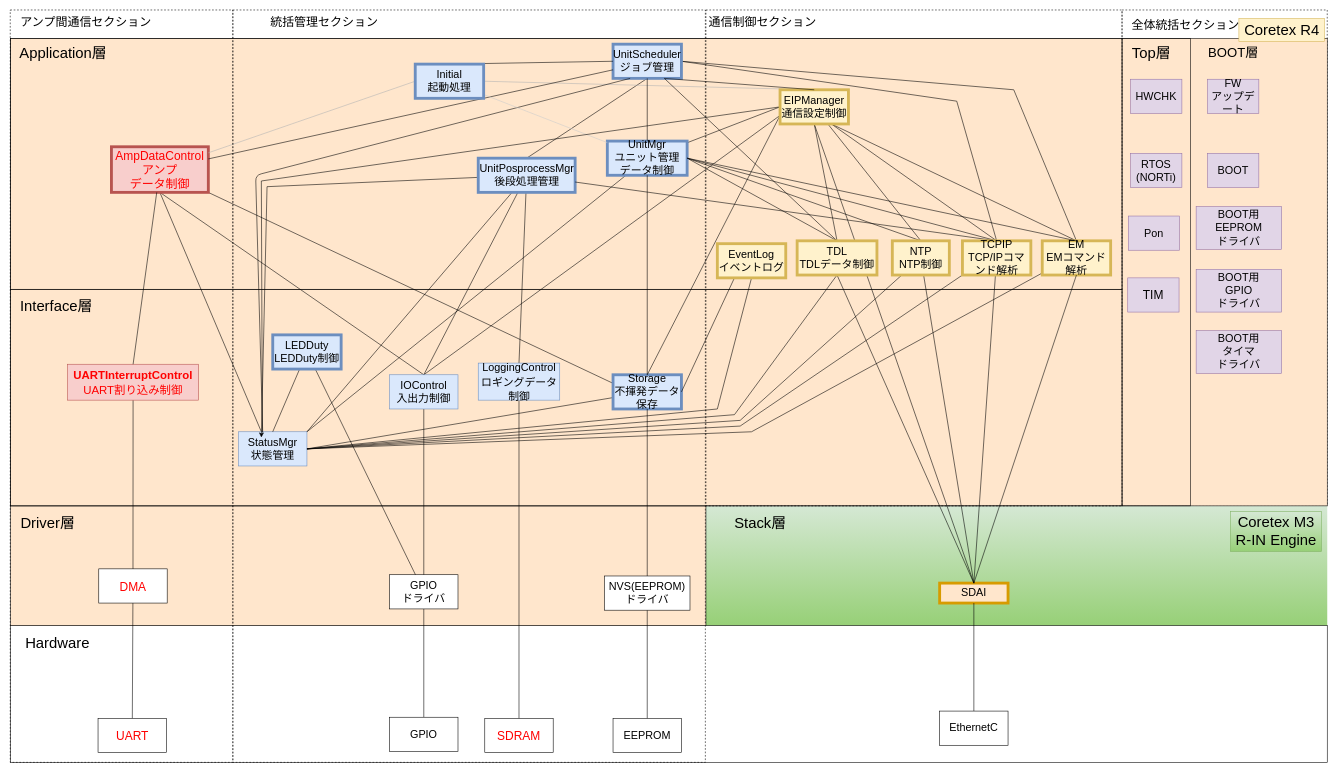
YutaSuzukiGARI/nwunit keeps this draw.io diagram as page "RevG_NewスマNWU静的構造_完全版" (1 of 4) of NWユニット_アーキテクチャ図.drawio. Above is the earlier version. Source tidied: cells renumbered, new cells numbered last; positions are measured from the earlier drawing's top-left corner, leaving out a move shared by most shapes. Both pictures are drawn from the tidied source at 57%, with x=0, y=0 at pixel (10, 10).
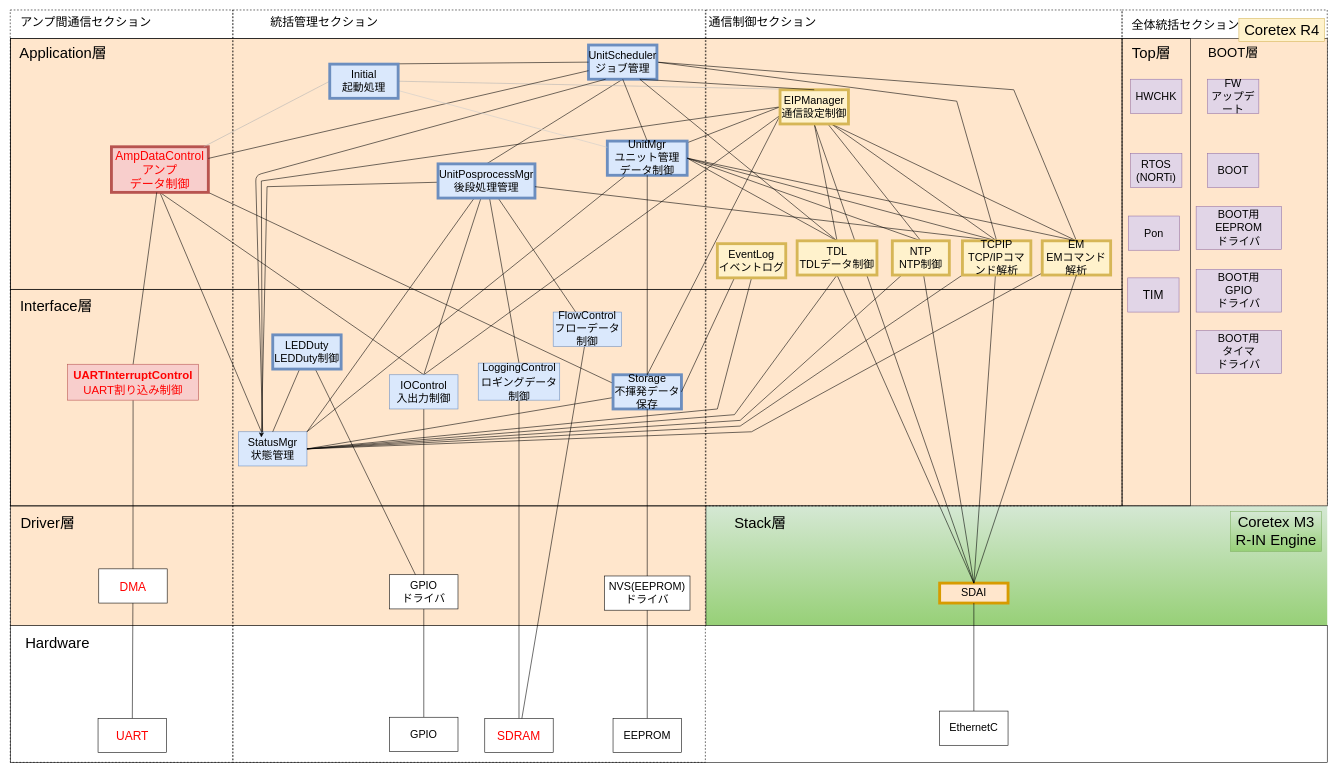
Above is the later version.

Commit message:
NWユニット_アーキテクチャ図.drawio を更新します

Unchanged cells that the change refers to:
```xml
<mxCell id="60" value="SDRAM" style="rounded=0;whiteSpace=wrap;html=1;fontColor=#FF0000;fontSize=21;" parent="1" vertex="1">
  <mxGeometry x="832" y="1243" width="120" height="60" as="geometry" />
</mxCell>
```

Diff of the diagram source:
```diff
@@
     <mxCell id="31" value="UnitScheduler&lt;br style=&quot;font-size: 19px;&quot;&gt;ジョブ管理" style="rounded=0;whiteSpace=wrap;html=1;fillColor=#dae8fc;strokeColor=#6c8ebf;fontSize=19;strokeWidth=5;" parent="1" vertex="1">
-      <mxGeometry x="1057" y="60" width="120" height="60" as="geometry" />
+      <mxGeometry x="1014" y="61.5" width="120" height="60" as="geometry" />
     </mxCell>
@@
     <mxCell id="82" value="Initial&lt;br style=&quot;font-size: 19px;&quot;&gt;起動処理" style="rounded=0;whiteSpace=wrap;html=1;fillColor=#dae8fc;strokeColor=#6c8ebf;fontSize=19;strokeWidth=5;" parent="1" vertex="1">
-      <mxGeometry x="710" y="95" width="120" height="60" as="geometry" />
+      <mxGeometry x="560" y="95" width="120" height="60" as="geometry" />
     </mxCell>
@@
+    <mxCell id="122" style="edgeStyle=none;rounded=0;jettySize=auto;html=1;endArrow=none;endFill=0;" parent="1" edge="1" source="87" target="124">
+      <mxGeometry relative="1" as="geometry" />
+    </mxCell>
     <mxCell id="87" value="UnitPosprocessMgr&lt;br&gt;後段処理管理" style="rounded=0;whiteSpace=wrap;html=1;fillColor=#dae8fc;strokeColor=#6c8ebf;fontSize=19;strokeWidth=5;fontColor=default;" parent="1" vertex="1">
-      <mxGeometry x="820.5" y="260" width="170" height="60" as="geometry" />
+      <mxGeometry x="750" y="270" width="170" height="60" as="geometry" />
     </mxCell>
@@
+    <mxCell id="123" style="edgeStyle=none;rounded=0;jettySize=auto;html=1;endArrow=none;endFill=0;" parent="1" edge="1" source="124" target="60">
+      <mxGeometry relative="1" as="geometry" />
+    </mxCell>
+    <mxCell id="124" value="FlowControl&lt;br style=&quot;font-size: 19px&quot;&gt;フローデータ制御" style="rounded=0;whiteSpace=wrap;html=1;fillColor=#dae8fc;strokeColor=#6c8ebf;fontSize=19;fontColor=default;" parent="1" vertex="1">
+      <mxGeometry x="952" y="530" width="120" height="60" as="geometry" />
+    </mxCell>
```
